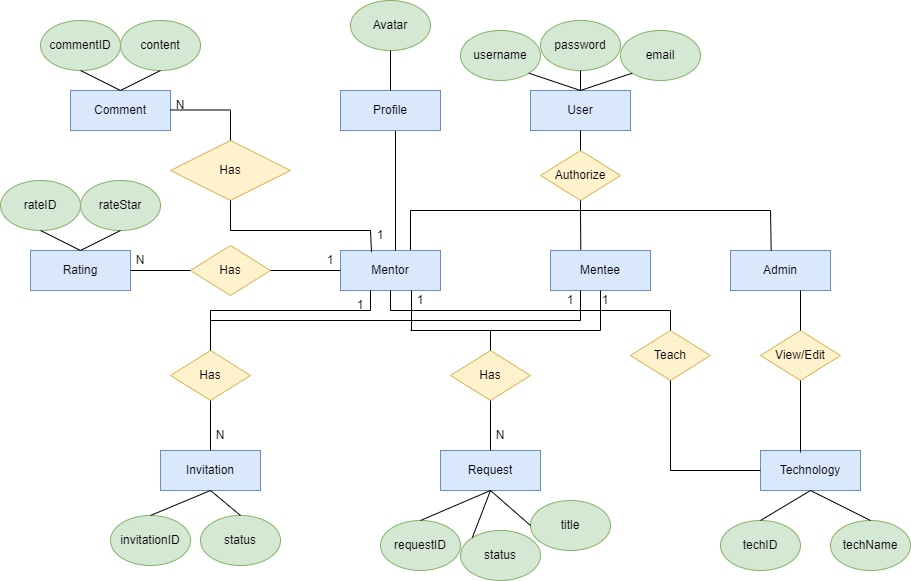
Earlier version of the draw.io export demoERD.drawio.png (dungdt23/SWP391_Document). Source tidied: cells renumbered, new cells last; positions are measured from the earlier drawing's top-left corner, leaving out a move shared by most shapes.
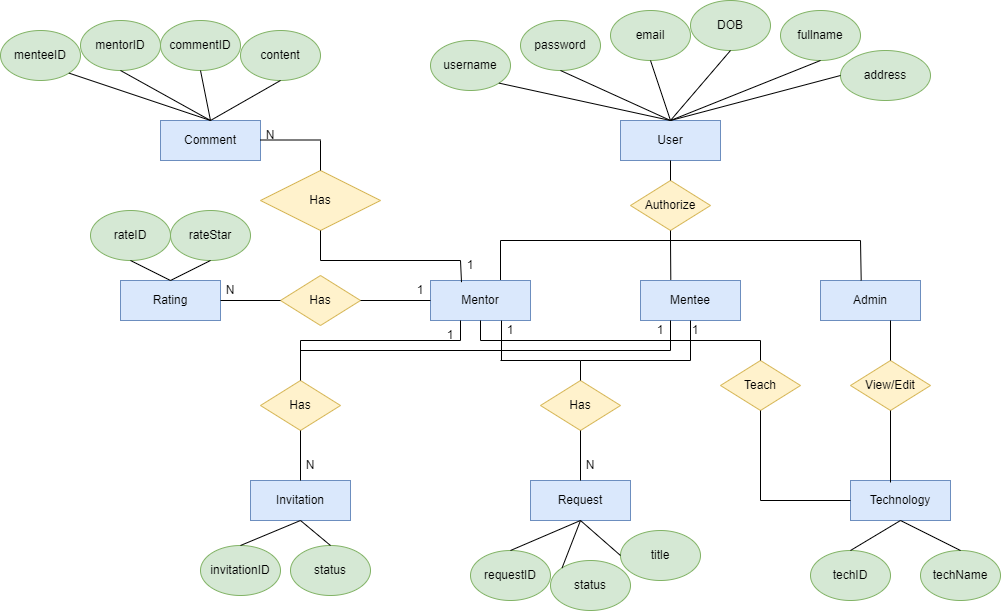
After the change.

What changed in the source:
```diff
@@ -6,13 +6,13 @@
       <mxGeometry x="530" y="90" width="100" height="40" as="geometry" />
     </mxCell>
     <mxCell id="3" value="username" style="ellipse;whiteSpace=wrap;html=1;align=center;fillColor=#d5e8d4;strokeColor=#82b366;" parent="1" vertex="1">
-      <mxGeometry x="460" y="30" width="80" height="50" as="geometry" />
+      <mxGeometry x="340" y="10" width="80" height="50" as="geometry" />
     </mxCell>
     <mxCell id="4" value="password" style="ellipse;whiteSpace=wrap;html=1;align=center;fillColor=#d5e8d4;strokeColor=#82b366;" parent="1" vertex="1">
-      <mxGeometry x="540" y="20" width="80" height="50" as="geometry" />
+      <mxGeometry x="430" y="-10" width="80" height="50" as="geometry" />
     </mxCell>
     <mxCell id="5" value="email" style="ellipse;whiteSpace=wrap;html=1;align=center;fillColor=#d5e8d4;strokeColor=#82b366;" parent="1" vertex="1">
-      <mxGeometry x="620" y="30" width="80" height="50" as="geometry" />
+      <mxGeometry x="520" y="-20" width="80" height="50" as="geometry" />
     </mxCell>
     <mxCell id="6" value="Authorize" style="shape=rhombus;perimeter=rhombusPerimeter;whiteSpace=wrap;html=1;align=center;fillColor=#fff2cc;strokeColor=#d6b656;" parent="1" vertex="1">
       <mxGeometry x="540" y="150" width="80" height="50" as="geometry" />
@@ -26,7 +26,7 @@
     <mxCell id="9" style="endArrow=none;html=1;rounded=0;entryX=0.5;entryY=1;entryDx=0;entryDy=0;exitX=0.5;exitY=0;exitDx=0;exitDy=0;" parent="1" edge="1" source="2" target="4">
       <mxGeometry relative="1" as="geometry" />
     </mxCell>
-    <mxCell id="10" style="endArrow=none;html=1;rounded=0;entryX=0;entryY=1;entryDx=0;entryDy=0;exitX=0.5;exitY=0;exitDx=0;exitDy=0;" parent="1" edge="1" source="2" target="5">
+    <mxCell id="10" style="endArrow=none;html=1;rounded=0;entryX=0.5;entryY=1;entryDx=0;entryDy=0;exitX=0.5;exitY=0;exitDx=0;exitDy=0;" parent="1" edge="1" source="2" target="5">
       <mxGeometry relative="1" as="geometry" />
     </mxCell>
     <mxCell id="11" style="endArrow=none;html=1;rounded=0;entryX=0.5;entryY=1;entryDx=0;entryDy=0;" parent="1" edge="1" target="6">
@@ -172,10 +172,10 @@
       <mxGeometry x="70" y="90" width="100" height="40" as="geometry" />
     </mxCell>
     <mxCell id="46" value="commentID" style="ellipse;whiteSpace=wrap;html=1;align=center;fillColor=#d5e8d4;strokeColor=#82b366;" parent="1" vertex="1">
-      <mxGeometry x="40" y="20" width="80" height="50" as="geometry" />
+      <mxGeometry x="70" y="-10" width="80" height="50" as="geometry" />
     </mxCell>
     <mxCell id="47" value="content" style="ellipse;whiteSpace=wrap;html=1;align=center;fillColor=#d5e8d4;strokeColor=#82b366;" parent="1" vertex="1">
-      <mxGeometry x="120" y="20" width="80" height="50" as="geometry" />
+      <mxGeometry x="150" width="80" height="50" as="geometry" />
     </mxCell>
     <mxCell id="48" style="endArrow=none;html=1;rounded=0;entryX=0.5;entryY=1;entryDx=0;entryDy=0;exitX=0.5;exitY=0;exitDx=0;exitDy=0;" parent="1" edge="1" source="45" target="46">
       <mxGeometry relative="1" as="geometry" />
@@ -322,21 +322,35 @@
         <mxPoint x="230" y="109.5" as="targetPoint" />
       </mxGeometry>
     </mxCell>
-    <mxCell id="88" style="endArrow=none;html=1;rounded=0;entryX=0.75;entryY=1;entryDx=0;entryDy=0;" parent="1" edge="1" target="78">
-      <mxGeometry relative="1" as="geometry">
-        <mxPoint x="395" y="130" as="sourcePoint" />
-      </mxGeometry>
-    </mxCell>
-    <mxCell id="89" value="Profile" style="whiteSpace=wrap;html=1;align=center;fillColor=#dae8fc;strokeColor=#6c8ebf;" parent="1" vertex="1">
-      <mxGeometry x="340" y="90" width="100" height="40" as="geometry" />
-    </mxCell>
-    <mxCell id="90" value="Avatar" style="ellipse;whiteSpace=wrap;html=1;align=center;fillColor=#d5e8d4;strokeColor=#82b366;" parent="1" vertex="1">
-      <mxGeometry x="350" width="80" height="50" as="geometry" />
-    </mxCell>
-    <mxCell id="91" style="endArrow=none;html=1;rounded=0;entryX=0.5;entryY=0;entryDx=0;entryDy=0;exitX=0.5;exitY=1;exitDx=0;exitDy=0;" parent="1" edge="1" source="90">
-      <mxGeometry relative="1" as="geometry">
-        <mxPoint x="390" y="90" as="targetPoint" />
-      </mxGeometry>
-    </mxCell>
+    <mxCell id="92" value="DOB" style="ellipse;whiteSpace=wrap;html=1;align=center;fillColor=#d5e8d4;strokeColor=#82b366;" parent="1" vertex="1">
+      <mxGeometry x="600" y="-30" width="80" height="50" as="geometry" />
+    </mxCell>
+    <mxCell id="93" value="fullname" style="ellipse;whiteSpace=wrap;html=1;align=center;fillColor=#d5e8d4;strokeColor=#82b366;" parent="1" vertex="1">
+      <mxGeometry x="690" y="-20" width="80" height="50" as="geometry" />
+    </mxCell>
+    <mxCell id="94" style="endArrow=none;html=1;rounded=0;entryX=0.5;entryY=1;entryDx=0;entryDy=0;exitX=0.5;exitY=0;exitDx=0;exitDy=0;" parent="1" edge="1" source="2" target="92">
+      <mxGeometry relative="1" as="geometry" />
+    </mxCell>
+    <mxCell id="95" style="endArrow=none;html=1;rounded=0;entryX=0.5;entryY=1;entryDx=0;entryDy=0;exitX=0.5;exitY=0;exitDx=0;exitDy=0;" parent="1" edge="1" source="2" target="93">
+      <mxGeometry relative="1" as="geometry" />
+    </mxCell>
+    <mxCell id="96" value="mentorID" style="ellipse;whiteSpace=wrap;html=1;align=center;fillColor=#d5e8d4;strokeColor=#82b366;" parent="1" vertex="1">
+      <mxGeometry x="-10" y="-10" width="80" height="50" as="geometry" />
+    </mxCell>
+    <mxCell id="97" value="menteeID" style="ellipse;whiteSpace=wrap;html=1;align=center;fillColor=#d5e8d4;strokeColor=#82b366;" parent="1" vertex="1">
+      <mxGeometry x="-90" width="80" height="50" as="geometry" />
+    </mxCell>
+    <mxCell id="98" style="endArrow=none;html=1;rounded=0;exitX=0.5;exitY=0;exitDx=0;exitDy=0;entryX=0.5;entryY=1;entryDx=0;entryDy=0;" parent="1" edge="1" source="45" target="96">
+      <mxGeometry relative="1" as="geometry" />
+    </mxCell>
+    <mxCell id="99" style="endArrow=none;html=1;rounded=0;entryX=1;entryY=1;entryDx=0;entryDy=0;exitX=0.5;exitY=0;exitDx=0;exitDy=0;" parent="1" edge="1" source="45" target="97">
+      <mxGeometry relative="1" as="geometry" />
+    </mxCell>
+    <mxCell id="100" value="address" style="ellipse;whiteSpace=wrap;html=1;align=center;fillColor=#d5e8d4;strokeColor=#82b366;" parent="1" vertex="1">
+      <mxGeometry x="750" y="20" width="90" height="50" as="geometry" />
+    </mxCell>
+    <mxCell id="101" style="endArrow=none;html=1;rounded=0;entryX=0;entryY=0.5;entryDx=0;entryDy=0;exitX=0.5;exitY=0;exitDx=0;exitDy=0;" parent="1" edge="1" source="2" target="100">
+      <mxGeometry relative="1" as="geometry" />
+    </mxCell>
   </root>
 </mxGraphModel>
```
